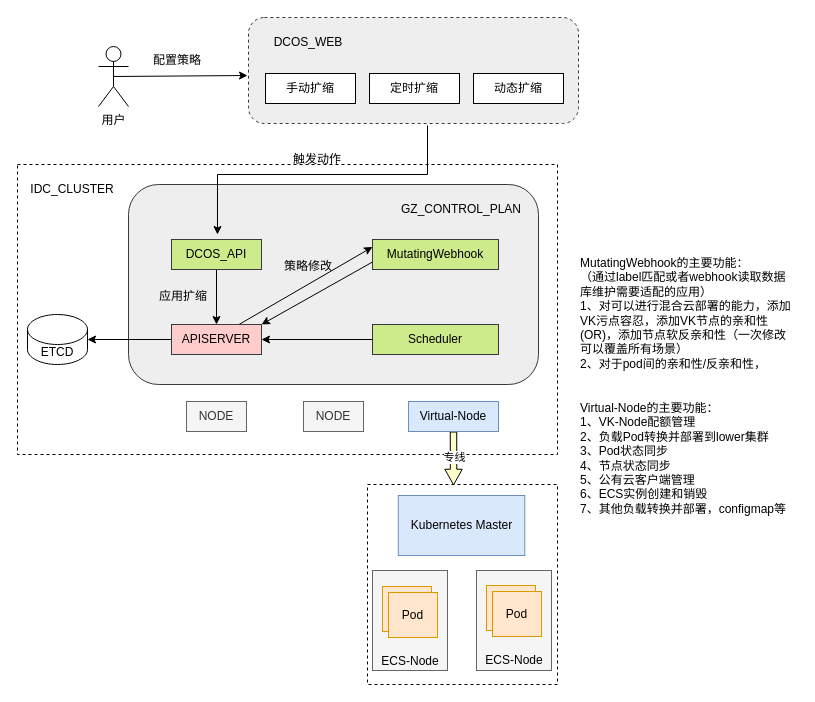
Before: page "one-vk-node" (2 of 3) of mixed-cloud-schedule.drawio in Mr-lixh/diagrams, a draw.io diagram. Source tidied: cells renumbered, new cells numbered last; positions are measured from the earlier drawing's top-left corner, leaving out a move shared by most shapes. Both pictures are drawn from the tidied source at 100%, with x=0, y=0 at pixel (17, 17).
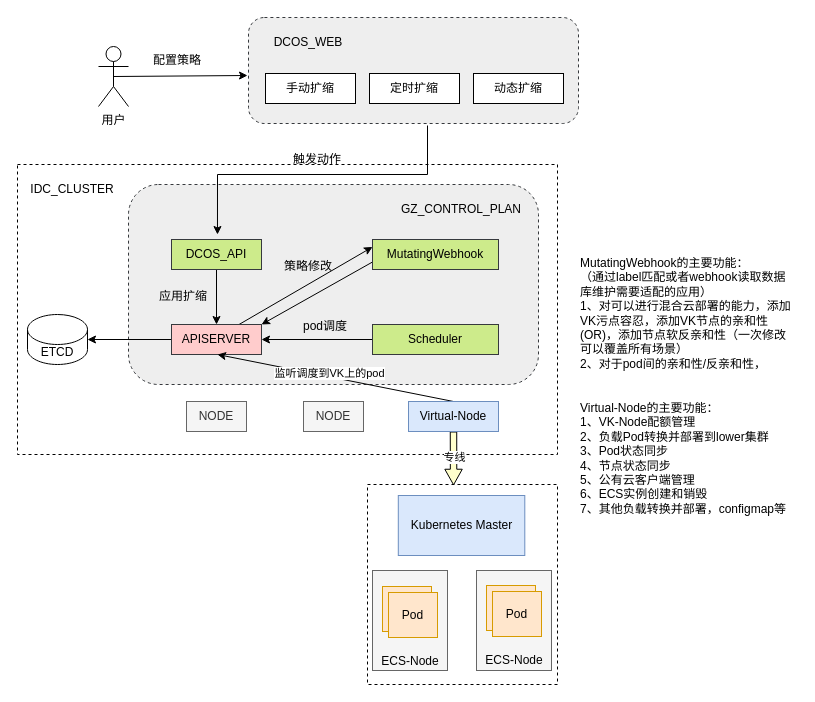
The same page after the edit.

Unchanged cells that the change refers to:
```xml
<mxCell id="31" value="Virtual-Node" style="rounded=0;whiteSpace=wrap;html=1;fillColor=#dae8fc;strokeColor=#6c8ebf;" parent="1" vertex="1">
  <mxGeometry x="391" y="384" width="90" height="30" as="geometry" />
</mxCell>
```

Change to the diagram source:
```diff
@@
-    <mxCell id="6" style="rounded=1;whiteSpace=wrap;html=1;strokeWidth=1;fillColor=#eeeeee;strokeColor=#36393d;" parent="1" vertex="1">
+    <mxCell id="6" style="rounded=1;whiteSpace=wrap;html=1;strokeWidth=1;fillColor=#eeeeee;strokeColor=#36393d;dashed=1;" parent="1" vertex="1">
       <mxGeometry x="111" y="167" width="410" height="200" as="geometry" />
     </mxCell>
@@
+    <mxCell id="49" style="edgeStyle=none;rounded=0;jettySize=auto;html=1;exitX=0.5;exitY=0;exitDx=0;exitDy=0;entryX=0.217;entryY=0.85;entryDx=0;entryDy=0;entryPerimeter=0;fillColor=#FFFFCC;" parent="1" edge="1" source="31" target="6">
+      <mxGeometry relative="1" as="geometry" />
+    </mxCell>
+    <mxCell id="50" value="监听调度到VK上的pod" style="edgeLabel;html=1;align=center;verticalAlign=middle;" parent="49" vertex="1">
+      <mxGeometry x="0.13" y="-1" relative="1" as="geometry">
+        <mxPoint x="9" y="-1" as="offset" />
+      </mxGeometry>
+    </mxCell>
@@
+    <mxCell id="51" value="pod调度" style="text;html=1;strokeColor=none;fillColor=none;align=center;verticalAlign=middle;whiteSpace=wrap;rounded=0;" parent="1" vertex="1">
+      <mxGeometry x="278" y="294" width="60" height="30" as="geometry" />
+    </mxCell>
```
